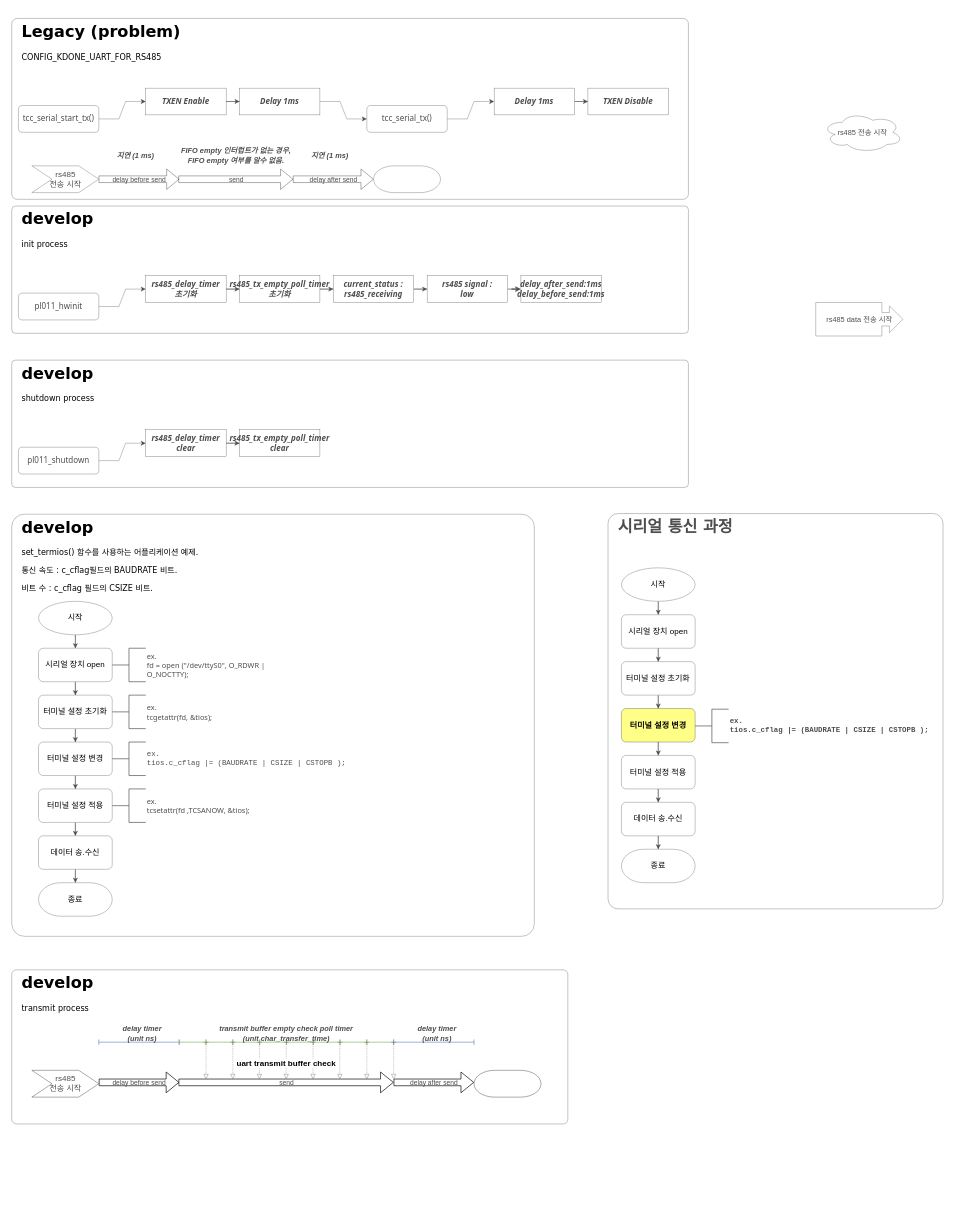
The draw.io diagram drawio/AMBA-PL011_RS485.drawio in lchy0113/tcc_develop, before the edit. Source tidied: cells renumbered, new cells numbered last; positions are measured from the earlier drawing's top-left corner, leaving out a move shared by most shapes. Both pictures are drawn from the tidied source at 67%, with x=0, y=0 at pixel (11, 18).
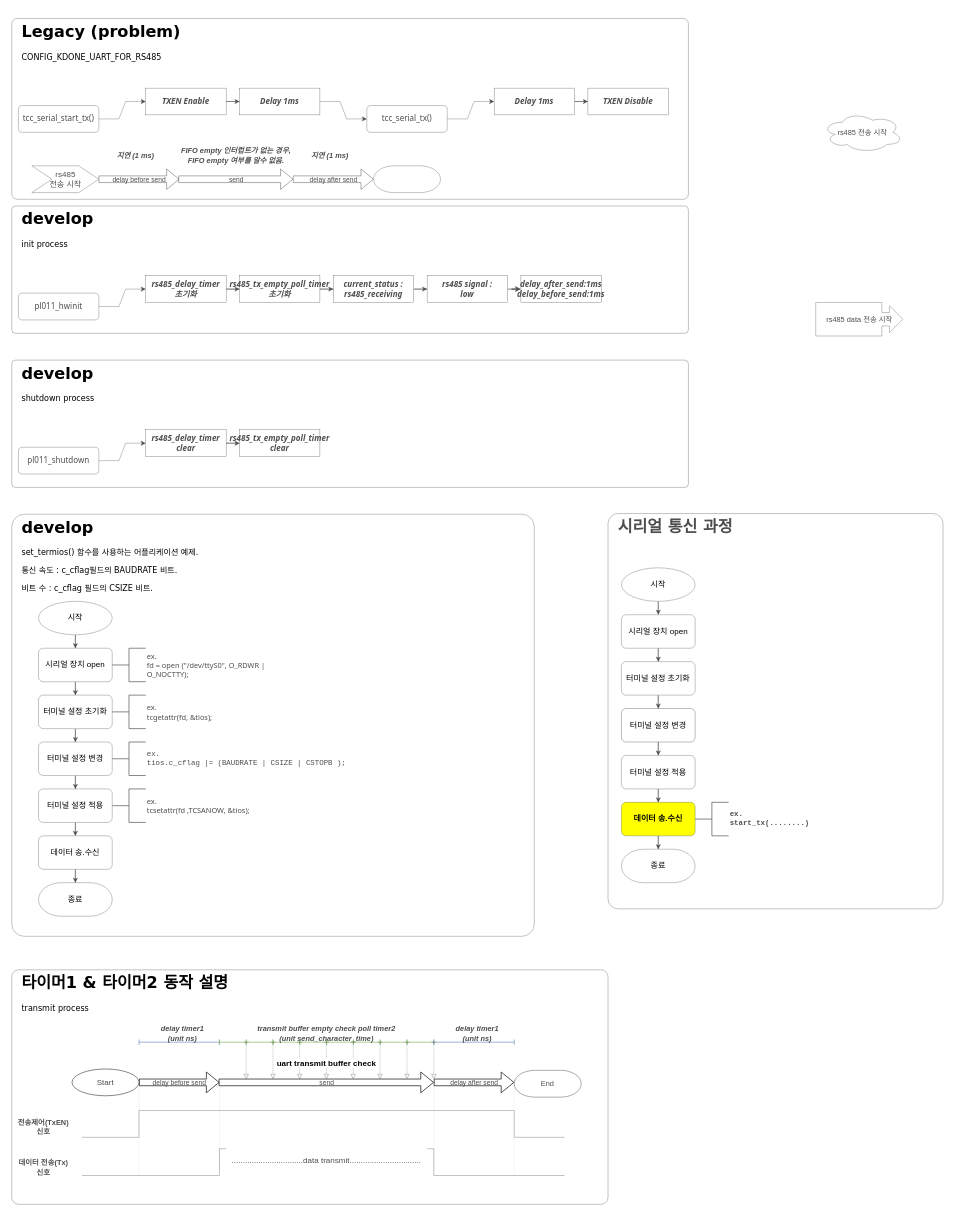
After the change.

What changed in the source:
```diff
@@
     <mxCell id="58" style="rounded=1;whiteSpace=wrap;html=1;arcSize=3;strokeWidth=0.5;strokeColor=#4D4D4D;" parent="1" vertex="1">
-      <mxGeometry y="1420" width="830" height="230" as="geometry" />
+      <mxGeometry y="1420" width="890" height="350" as="geometry" />
     </mxCell>
-    <mxCell id="59" value="&lt;h1&gt;&lt;font face=&quot;Verdana&quot;&gt;develop&amp;nbsp;&lt;/font&gt;&lt;/h1&gt;&lt;p&gt;&lt;font face=&quot;Verdana&quot;&gt;transmit process&lt;/font&gt;&lt;/p&gt;" style="text;html=1;strokeColor=none;fillColor=none;spacing=5;spacingTop=-20;whiteSpace=wrap;overflow=hidden;rounded=0;" parent="1" vertex="1">
-      <mxGeometry x="10" y="1420" width="310" height="140" as="geometry" />
+    <mxCell id="59" value="&lt;h1&gt;&lt;font face=&quot;Verdana&quot;&gt;타이머1 &amp;amp; 타이머2 동작 설명&amp;nbsp;&lt;/font&gt;&lt;/h1&gt;&lt;p&gt;&lt;font face=&quot;Verdana&quot;&gt;transmit process&lt;/font&gt;&lt;/p&gt;" style="text;html=1;strokeColor=none;fillColor=none;spacing=5;spacingTop=-20;whiteSpace=wrap;overflow=hidden;rounded=0;" parent="1" vertex="1">
+      <mxGeometry x="10" y="1420" width="340" height="140" as="geometry" />
     </mxCell>
     <mxCell id="60" value="delay before send" style="shape=flexArrow;endArrow=classic;html=1;rounded=0;fontSize=10;labelBackgroundColor=none;fontColor=#4D4D4D;" parent="1" edge="1">
       <mxGeometry relative="1" as="geometry">
-        <mxPoint x="130" y="1588" as="sourcePoint" />
-        <mxPoint x="250" y="1588" as="targetPoint" />
+        <mxPoint x="190" y="1588" as="sourcePoint" />
+        <mxPoint x="310" y="1588" as="targetPoint" />
       </mxGeometry>
     </mxCell>
     <mxCell id="61" value="send" style="shape=flexArrow;endArrow=classic;html=1;rounded=0;fontSize=10;labelBackgroundColor=none;fontColor=#4D4D4D;" parent="1" edge="1">
       <mxGeometry relative="1" as="geometry">
-        <mxPoint x="249" y="1588" as="sourcePoint" />
-        <mxPoint x="570" y="1588" as="targetPoint" />
+        <mxPoint x="309" y="1588" as="sourcePoint" />
+        <mxPoint x="630" y="1588" as="targetPoint" />
       </mxGeometry>
     </mxCell>
     <mxCell id="62" value="delay after send" style="shape=flexArrow;endArrow=classic;html=1;rounded=0;fontSize=10;labelBackgroundColor=none;fontColor=#4D4D4D;" parent="1" edge="1">
       <mxGeometry relative="1" as="geometry">
-        <mxPoint x="570" y="1588" as="sourcePoint" />
-        <mxPoint x="690" y="1588" as="targetPoint" />
+        <mxPoint x="630" y="1588" as="sourcePoint" />
+        <mxPoint x="750" y="1588" as="targetPoint" />
       </mxGeometry>
     </mxCell>
     <mxCell id="63" style="endArrow=baseDash;startArrow=baseDash;html=1;rounded=0;fillColor=#dae8fc;strokeColor=#6c8ebf;startFill=0;endFill=0;" parent="1" edge="1">
       <mxGeometry relative="1" as="geometry">
-        <mxPoint x="130" y="1528" as="sourcePoint" />
-        <mxPoint x="250" y="1528" as="targetPoint" />
+        <mxPoint x="190" y="1528" as="sourcePoint" />
+        <mxPoint x="310" y="1528" as="targetPoint" />
       </mxGeometry>
     </mxCell>
     <mxCell id="64" style="endArrow=baseDash;startArrow=baseDash;html=1;rounded=0;fillColor=#d5e8d4;strokeColor=#82b366;startFill=0;endFill=0;" parent="1" edge="1">
       <mxGeometry y="20" relative="1" as="geometry">
-        <mxPoint x="250" y="1528" as="sourcePoint" />
-        <mxPoint x="290" y="1528" as="targetPoint" />
+        <mxPoint x="310" y="1528" as="sourcePoint" />
+        <mxPoint x="350" y="1528" as="targetPoint" />
       </mxGeometry>
     </mxCell>
     <mxCell id="65" style="endArrow=baseDash;startArrow=baseDash;html=1;rounded=0;fillColor=#d5e8d4;strokeColor=#82b366;startFill=0;endFill=0;" parent="1" edge="1">
       <mxGeometry y="20" relative="1" as="geometry">
-        <mxPoint x="290" y="1528" as="sourcePoint" />
-        <mxPoint x="330" y="1528" as="targetPoint" />
+        <mxPoint x="350" y="1528" as="sourcePoint" />
+        <mxPoint x="390" y="1528" as="targetPoint" />
       </mxGeometry>
     </mxCell>
     <mxCell id="66" style="endArrow=baseDash;startArrow=baseDash;html=1;rounded=0;fillColor=#d5e8d4;strokeColor=#82b366;startFill=0;endFill=0;" parent="1" edge="1">
       <mxGeometry y="20" relative="1" as="geometry">
-        <mxPoint x="330" y="1528" as="sourcePoint" />
-        <mxPoint x="370" y="1528" as="targetPoint" />
+        <mxPoint x="390" y="1528" as="sourcePoint" />
+        <mxPoint x="430" y="1528" as="targetPoint" />
       </mxGeometry>
     </mxCell>
     <mxCell id="67" style="endArrow=baseDash;startArrow=baseDash;html=1;rounded=0;fillColor=#d5e8d4;strokeColor=#82b366;startFill=0;endFill=0;" parent="1" edge="1">
       <mxGeometry y="20" relative="1" as="geometry">
-        <mxPoint x="370" y="1528" as="sourcePoint" />
-        <mxPoint x="410" y="1528" as="targetPoint" />
+        <mxPoint x="430" y="1528" as="sourcePoint" />
+        <mxPoint x="470" y="1528" as="targetPoint" />
       </mxGeometry>
     </mxCell>
     <mxCell id="68" style="endArrow=baseDash;startArrow=baseDash;html=1;rounded=0;fillColor=#d5e8d4;strokeColor=#82b366;startFill=0;endFill=0;" parent="1" edge="1">
       <mxGeometry y="20" relative="1" as="geometry">
-        <mxPoint x="410" y="1528" as="sourcePoint" />
-        <mxPoint x="450" y="1528" as="targetPoint" />
+        <mxPoint x="470" y="1528" as="sourcePoint" />
+        <mxPoint x="510" y="1528" as="targetPoint" />
       </mxGeometry>
     </mxCell>
     <mxCell id="69" style="endArrow=baseDash;startArrow=baseDash;html=1;rounded=0;fillColor=#d5e8d4;strokeColor=#82b366;startFill=0;endFill=0;" parent="1" edge="1">
       <mxGeometry y="20" relative="1" as="geometry">
-        <mxPoint x="450" y="1528" as="sourcePoint" />
-        <mxPoint x="490" y="1528" as="targetPoint" />
+        <mxPoint x="510" y="1528" as="sourcePoint" />
+        <mxPoint x="550" y="1528" as="targetPoint" />
       </mxGeometry>
     </mxCell>
     <mxCell id="70" style="endArrow=baseDash;startArrow=baseDash;html=1;rounded=0;fillColor=#d5e8d4;strokeColor=#82b366;startFill=0;endFill=0;" parent="1" edge="1">
       <mxGeometry y="20" relative="1" as="geometry">
-        <mxPoint x="490" y="1528" as="sourcePoint" />
-        <mxPoint x="530" y="1528" as="targetPoint" />
+        <mxPoint x="550" y="1528" as="sourcePoint" />
+        <mxPoint x="590" y="1528" as="targetPoint" />
       </mxGeometry>
     </mxCell>
     <mxCell id="71" style="endArrow=baseDash;startArrow=baseDash;html=1;rounded=0;fillColor=#d5e8d4;strokeColor=#82b366;startFill=0;endFill=0;" parent="1" edge="1">
       <mxGeometry y="20" relative="1" as="geometry">
-        <mxPoint x="530" y="1528" as="sourcePoint" />
-        <mxPoint x="570" y="1528" as="targetPoint" />
+        <mxPoint x="590" y="1528" as="sourcePoint" />
+        <mxPoint x="630" y="1528" as="targetPoint" />
       </mxGeometry>
     </mxCell>
-    <mxCell id="72" value="delay timer&lt;br&gt;(unit ns)" style="text;html=1;align=center;verticalAlign=middle;whiteSpace=wrap;rounded=0;fontSize=11;fontColor=#4D4D4D;fontStyle=3;labelBackgroundColor=none;labelBorderColor=none;" parent="1" vertex="1">
-      <mxGeometry x="150" y="1500" width="90" height="30" as="geometry" />
+    <mxCell id="72" value="delay timer1&lt;br&gt;(unit ns)" style="text;html=1;align=center;verticalAlign=middle;whiteSpace=wrap;rounded=0;fontSize=11;fontColor=#4D4D4D;fontStyle=3;labelBackgroundColor=none;labelBorderColor=none;" parent="1" vertex="1">
+      <mxGeometry x="210" y="1500" width="90" height="30" as="geometry" />
     </mxCell>
     <mxCell id="73" style="endArrow=baseDash;startArrow=baseDash;html=1;rounded=0;fillColor=#dae8fc;strokeColor=#6c8ebf;startFill=0;endFill=0;" parent="1" edge="1">
       <mxGeometry relative="1" as="geometry">
-        <mxPoint x="570" y="1528" as="sourcePoint" />
-        <mxPoint x="690" y="1528" as="targetPoint" />
+        <mxPoint x="630" y="1528" as="sourcePoint" />
+        <mxPoint x="750" y="1528" as="targetPoint" />
       </mxGeometry>
     </mxCell>
-    <mxCell id="74" value="delay timer&lt;br&gt;(unit ns)" style="text;html=1;align=center;verticalAlign=middle;whiteSpace=wrap;rounded=0;fontSize=11;fontColor=#4D4D4D;fontStyle=3;labelBackgroundColor=none;labelBorderColor=none;" parent="1" vertex="1">
-      <mxGeometry x="590" y="1500" width="90" height="30" as="geometry" />
+    <mxCell id="74" value="delay timer1&lt;br&gt;(unit ns)" style="text;html=1;align=center;verticalAlign=middle;whiteSpace=wrap;rounded=0;fontSize=11;fontColor=#4D4D4D;fontStyle=3;labelBackgroundColor=none;labelBorderColor=none;" parent="1" vertex="1">
+      <mxGeometry x="650" y="1500" width="90" height="30" as="geometry" />
     </mxCell>
-    <mxCell id="75" value="transmit buffer empty check poll timer&lt;br&gt;(unit char_transfer_time)" style="text;html=1;align=center;verticalAlign=middle;whiteSpace=wrap;rounded=0;fontSize=11;fontColor=#4D4D4D;fontStyle=3;labelBackgroundColor=none;labelBorderColor=none;" parent="1" vertex="1">
-      <mxGeometry x="260" y="1500" width="300" height="30" as="geometry" />
+    <mxCell id="75" value="transmit buffer empty check poll timer2&lt;br&gt;(unit send_character_time)" style="text;html=1;align=center;verticalAlign=middle;whiteSpace=wrap;rounded=0;fontSize=11;fontColor=#4D4D4D;fontStyle=3;labelBackgroundColor=none;labelBorderColor=none;" parent="1" vertex="1">
+      <mxGeometry x="320" y="1500" width="300" height="30" as="geometry" />
     </mxCell>
     <mxCell id="76" style="endArrow=block;startArrow=baseDash;html=1;rounded=0;fillColor=#d5e8d4;strokeColor=#4D4D4D;startFill=0;endFill=0;dashed=1;strokeWidth=0.5;labelBorderColor=none;" parent="1" edge="1">
       <mxGeometry y="20" relative="1" as="geometry">
-        <mxPoint x="290" y="1528" as="sourcePoint" />
-        <mxPoint x="290" y="1583" as="targetPoint" />
+        <mxPoint x="350" y="1528" as="sourcePoint" />
+        <mxPoint x="350" y="1583" as="targetPoint" />
       </mxGeometry>
     </mxCell>
     <mxCell id="77" style="endArrow=block;startArrow=baseDash;html=1;rounded=0;fillColor=#d5e8d4;strokeColor=#4D4D4D;startFill=0;endFill=0;dashed=1;strokeWidth=0.5;labelBorderColor=none;" parent="1" edge="1">
       <mxGeometry y="20" relative="1" as="geometry">
-        <mxPoint x="330" y="1528" as="sourcePoint" />
-        <mxPoint x="330" y="1583" as="targetPoint" />
+        <mxPoint x="390" y="1528" as="sourcePoint" />
+        <mxPoint x="390" y="1583" as="targetPoint" />
       </mxGeometry>
     </mxCell>
     <mxCell id="78" style="endArrow=block;startArrow=baseDash;html=1;rounded=0;fillColor=#d5e8d4;strokeColor=#4D4D4D;startFill=0;endFill=0;dashed=1;strokeWidth=0.5;labelBorderColor=none;" parent="1" edge="1">
       <mxGeometry y="20" relative="1" as="geometry">
-        <mxPoint x="369.7" y="1528" as="sourcePoint" />
-        <mxPoint x="369.7" y="1583" as="targetPoint" />
+        <mxPoint x="429.7" y="1528" as="sourcePoint" />
+        <mxPoint x="429.7" y="1583" as="targetPoint" />
       </mxGeometry>
     </mxCell>
     <mxCell id="79" style="endArrow=block;startArrow=baseDash;html=1;rounded=0;fillColor=#d5e8d4;strokeColor=#4D4D4D;startFill=0;endFill=0;dashed=1;strokeWidth=0.5;labelBorderColor=none;" parent="1" edge="1">
       <mxGeometry y="20" relative="1" as="geometry">
-        <mxPoint x="409.7" y="1528" as="sourcePoint" />
-        <mxPoint x="409.7" y="1583" as="targetPoint" />
+        <mxPoint x="469.7" y="1528" as="sourcePoint" />
+        <mxPoint x="469.7" y="1583" as="targetPoint" />
       </mxGeometry>
     </mxCell>
     <mxCell id="80" style="endArrow=block;startArrow=baseDash;html=1;rounded=0;fillColor=#d5e8d4;strokeColor=#4D4D4D;startFill=0;endFill=0;dashed=1;strokeWidth=0.5;labelBorderColor=none;" parent="1" edge="1">
       <mxGeometry y="20" relative="1" as="geometry">
-        <mxPoint x="449.7" y="1528" as="sourcePoint" />
-        <mxPoint x="449.7" y="1583" as="targetPoint" />
+        <mxPoint x="509.7" y="1528" as="sourcePoint" />
+        <mxPoint x="509.7" y="1583" as="targetPoint" />
       </mxGeometry>
     </mxCell>
     <mxCell id="81" style="endArrow=block;startArrow=baseDash;html=1;rounded=0;fillColor=#d5e8d4;strokeColor=#4D4D4D;startFill=0;endFill=0;dashed=1;strokeWidth=0.5;labelBorderColor=none;" parent="1" edge="1">
       <mxGeometry y="20" relative="1" as="geometry">
-        <mxPoint x="489.7" y="1528" as="sourcePoint" />
-        <mxPoint x="489.7" y="1583" as="targetPoint" />
+        <mxPoint x="549.7" y="1528" as="sourcePoint" />
+        <mxPoint x="549.7" y="1583" as="targetPoint" />
       </mxGeometry>
     </mxCell>
     <mxCell id="82" style="endArrow=block;startArrow=baseDash;html=1;rounded=0;fillColor=#d5e8d4;strokeColor=#4D4D4D;startFill=0;endFill=0;dashed=1;strokeWidth=0.5;labelBorderColor=none;" parent="1" edge="1">
       <mxGeometry y="20" relative="1" as="geometry">
-        <mxPoint x="530" y="1528" as="sourcePoint" />
-        <mxPoint x="530" y="1583" as="targetPoint" />
+        <mxPoint x="590" y="1528" as="sourcePoint" />
+        <mxPoint x="590" y="1583" as="targetPoint" />
       </mxGeometry>
     </mxCell>
     <mxCell id="83" style="endArrow=block;startArrow=baseDash;html=1;rounded=0;fillColor=#d5e8d4;strokeColor=#4D4D4D;startFill=0;endFill=0;dashed=1;strokeWidth=0.5;labelBorderColor=none;" parent="1" edge="1">
       <mxGeometry y="20" relative="1" as="geometry">
-        <mxPoint x="570" y="1528" as="sourcePoint" />
-        <mxPoint x="570" y="1583" as="targetPoint" />
+        <mxPoint x="630" y="1528" as="sourcePoint" />
+        <mxPoint x="630" y="1583" as="targetPoint" />
       </mxGeometry>
     </mxCell>
     <mxCell id="84" value="&lt;b style=&quot;background-color: rgb(255, 255, 255);&quot;&gt;uart transmit buffer check&lt;/b&gt;" style="text;html=1;strokeColor=none;fillColor=none;align=center;verticalAlign=middle;whiteSpace=wrap;rounded=0;" parent="1" vertex="1">
-      <mxGeometry x="330" y="1545" width="160" height="30" as="geometry" />
+      <mxGeometry x="390" y="1545" width="160" height="30" as="geometry" />
     </mxCell>
@@
-    <mxCell id="95" value="rs485 &lt;br&gt;전송 시작" style="html=1;shadow=0;dashed=0;align=center;verticalAlign=middle;shape=mxgraph.arrows2.arrow;dy=0;dx=30;notch=30;strokeColor=#000000;strokeWidth=0.5;fontColor=#4D4D4D;" parent="1" vertex="1">
-      <mxGeometry x="30" y="1570" width="100" height="40" as="geometry" />
-    </mxCell>
-    <mxCell id="96" style="strokeWidth=0.5;html=1;shape=mxgraph.flowchart.terminator;whiteSpace=wrap;fontColor=#4D4D4D;strokeColor=#000000;" parent="1" vertex="1">
-      <mxGeometry x="690" y="1570" width="100" height="40" as="geometry" />
+    <mxCell id="96" value="End" style="strokeWidth=0.5;html=1;shape=mxgraph.flowchart.terminator;whiteSpace=wrap;fontColor=#4D4D4D;strokeColor=#000000;fontSize=11;" parent="1" vertex="1">
+      <mxGeometry x="750" y="1570" width="100" height="40" as="geometry" />
     </mxCell>
@@
-    <mxCell id="109" value="터미널 설정 변경" style="rounded=1;whiteSpace=wrap;html=1;absoluteArcSize=1;arcSize=14;strokeWidth=0.5;strokeColor=#36393d;fillColor=#ffff88;fontStyle=1;" parent="1" vertex="1">
+    <mxCell id="109" value="터미널 설정 변경" style="rounded=1;whiteSpace=wrap;html=1;absoluteArcSize=1;arcSize=14;strokeWidth=0.5;strokeColor=#36393d;fillColor=none;fontStyle=0;" parent="1" vertex="1">
       <mxGeometry x="910" y="1030" width="110" height="50" as="geometry" />
     </mxCell>
@@
-    <mxCell id="113" value="데이터 송.수신" style="rounded=1;whiteSpace=wrap;html=1;absoluteArcSize=1;arcSize=14;strokeWidth=0.5;strokeColor=#4D4D4D;" parent="1" vertex="1">
+    <mxCell id="113" value="데이터 송.수신" style="rounded=1;whiteSpace=wrap;html=1;absoluteArcSize=1;arcSize=14;strokeWidth=0.5;strokeColor=#4D4D4D;fontStyle=1;fillColor=#FFFF00;" parent="1" vertex="1">
       <mxGeometry x="910" y="1170" width="110" height="50" as="geometry" />
     </mxCell>
@@
     <mxCell id="115" style="strokeWidth=1;html=1;shape=mxgraph.flowchart.annotation_2;align=left;labelPosition=right;strokeColor=#4D4D4D;" parent="1" vertex="1">
-      <mxGeometry x="1020" y="1031" width="50" height="50" as="geometry" />
+      <mxGeometry x="1020" y="1170" width="50" height="50" as="geometry" />
     </mxCell>
-    <mxCell id="116" value="&lt;font style=&quot;&quot;&gt;&lt;font style=&quot;&quot; face=&quot;Google Sans Mono, monospace&quot;&gt;&lt;div style=&quot;&quot;&gt;ex.&amp;nbsp;&lt;/div&gt;&lt;div style=&quot;&quot;&gt;tios.c_cflag |= (BAUDRATE | CSIZE | CSTOPB );&lt;/div&gt;&lt;/font&gt;&lt;/font&gt;" style="text;html=1;strokeColor=none;fillColor=none;align=left;verticalAlign=middle;whiteSpace=wrap;rounded=0;fontSize=11;fontColor=#4D4D4D;fontFamily=Tahoma;fontStyle=1;" parent="1" vertex="1">
-      <mxGeometry x="1070" y="1031" width="310" height="50" as="geometry" />
+    <mxCell id="116" value="&lt;font style=&quot;&quot;&gt;&lt;font style=&quot;&quot; face=&quot;Google Sans Mono, monospace&quot;&gt;&lt;div style=&quot;&quot;&gt;ex.&amp;nbsp;&lt;/div&gt;&lt;div style=&quot;&quot;&gt;start_tx(........)&lt;/div&gt;&lt;/font&gt;&lt;/font&gt;" style="text;html=1;strokeColor=none;fillColor=none;align=left;verticalAlign=middle;whiteSpace=wrap;rounded=0;fontSize=11;fontColor=#4D4D4D;fontFamily=Tahoma;fontStyle=1;" parent="1" vertex="1">
+      <mxGeometry x="1070" y="1170" width="310" height="50" as="geometry" />
     </mxCell>
+    <mxCell id="117" style="endArrow=none;html=1;rounded=0;strokeColor=#4D4D4D;strokeWidth=0.5;" parent="1" edge="1">
+      <mxGeometry relative="1" as="geometry">
+        <mxPoint x="825" y="1670" as="sourcePoint" />
+        <mxPoint x="105" y="1670" as="targetPoint" />
+        <Array as="points">
+          <mxPoint x="750" y="1670" />
+          <mxPoint x="750" y="1630" />
+          <mxPoint x="190" y="1630" />
+          <mxPoint x="190" y="1670" />
+        </Array>
+      </mxGeometry>
+    </mxCell>
+    <mxCell id="118" value="전송제어(TxEN) &lt;br&gt;신호" style="text;html=1;strokeColor=none;fillColor=none;align=center;verticalAlign=middle;whiteSpace=wrap;rounded=0;fontStyle=1;fontSize=11;fontColor=#4D4D4D;" parent="1" vertex="1">
+      <mxGeometry y="1640" width="95" height="30" as="geometry" />
+    </mxCell>
+    <mxCell id="119" style="endArrow=none;html=1;rounded=0;strokeColor=#4D4D4D;strokeWidth=0.5;" parent="1" edge="1">
+      <mxGeometry relative="1" as="geometry">
+        <mxPoint x="825" y="1727" as="sourcePoint" />
+        <mxPoint x="105" y="1727" as="targetPoint" />
+        <Array as="points">
+          <mxPoint x="755" y="1727" />
+          <mxPoint x="630" y="1727" />
+          <mxPoint x="630" y="1687" />
+          <mxPoint x="310" y="1687" />
+          <mxPoint x="310" y="1727" />
+          <mxPoint x="185" y="1727" />
+        </Array>
+      </mxGeometry>
+    </mxCell>
+    <mxCell id="120" value="데이터 전송(Tx)&lt;br&gt;신호" style="text;html=1;strokeColor=none;fillColor=none;align=center;verticalAlign=middle;whiteSpace=wrap;rounded=0;fontStyle=1;fontSize=11;fontColor=#4D4D4D;" parent="1" vertex="1">
+      <mxGeometry y="1700" width="95" height="30" as="geometry" />
+    </mxCell>
+    <mxCell id="121" value="................................data transmit................................" style="rounded=0;whiteSpace=wrap;html=1;strokeWidth=0.5;strokeColor=none;fontColor=#4D4D4D;" parent="1" vertex="1">
+      <mxGeometry x="320" y="1670" width="300" height="70" as="geometry" />
+    </mxCell>
+    <mxCell id="122" style="endArrow=none;dashed=1;html=1;dashPattern=1 3;strokeWidth=0.3;rounded=0;strokeColor=#4D4D4D;" parent="1" edge="1">
+      <mxGeometry relative="1" as="geometry">
+        <mxPoint x="310" y="1720" as="sourcePoint" />
+        <mxPoint x="310" y="1590" as="targetPoint" />
+      </mxGeometry>
+    </mxCell>
+    <mxCell id="123" style="endArrow=none;dashed=1;html=1;dashPattern=1 3;strokeWidth=0.3;rounded=0;strokeColor=#4D4D4D;" parent="1" edge="1">
+      <mxGeometry relative="1" as="geometry">
+        <mxPoint x="630" y="1720" as="sourcePoint" />
+        <mxPoint x="630" y="1590" as="targetPoint" />
+      </mxGeometry>
+    </mxCell>
+    <mxCell id="124" style="endArrow=none;dashed=1;html=1;dashPattern=1 3;strokeWidth=0.3;rounded=0;strokeColor=#4D4D4D;entryX=1;entryY=0.5;entryDx=0;entryDy=0;entryPerimeter=0;" parent="1" edge="1">
+      <mxGeometry relative="1" as="geometry">
+        <mxPoint x="190" y="1730" as="sourcePoint" />
+        <mxPoint x="190" y="1590" as="targetPoint" />
+      </mxGeometry>
+    </mxCell>
+    <mxCell id="125" style="endArrow=none;dashed=1;html=1;dashPattern=1 3;strokeWidth=0.3;rounded=0;strokeColor=#4D4D4D;entryX=1;entryY=0.5;entryDx=0;entryDy=0;entryPerimeter=0;" parent="1" edge="1">
+      <mxGeometry relative="1" as="geometry">
+        <mxPoint x="750" y="1728" as="sourcePoint" />
+        <mxPoint x="750" y="1588" as="targetPoint" />
+      </mxGeometry>
+    </mxCell>
+    <mxCell id="126" value="Start" style="strokeWidth=1;html=1;shape=mxgraph.flowchart.start_1;whiteSpace=wrap;strokeColor=#4D4D4D;fontColor=#4D4D4D;" parent="1" vertex="1">
+      <mxGeometry x="90" y="1568" width="100" height="40" as="geometry" />
+    </mxCell>
```
